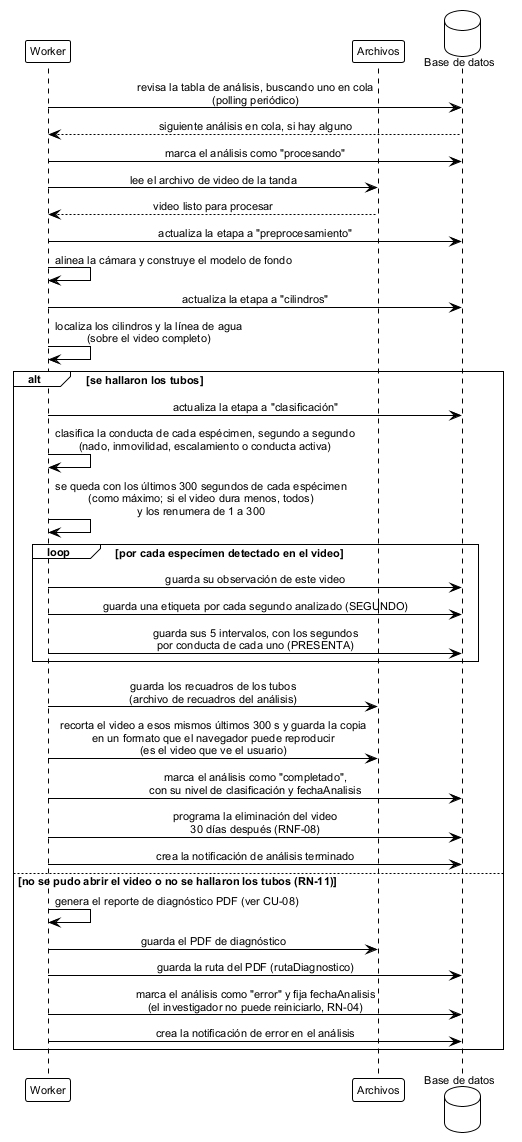
This is figures/mermaid/seq_analisis_automatico.png from ErickJester/fst-ai-system-latex, a PlantUML export, as it was before one commit.
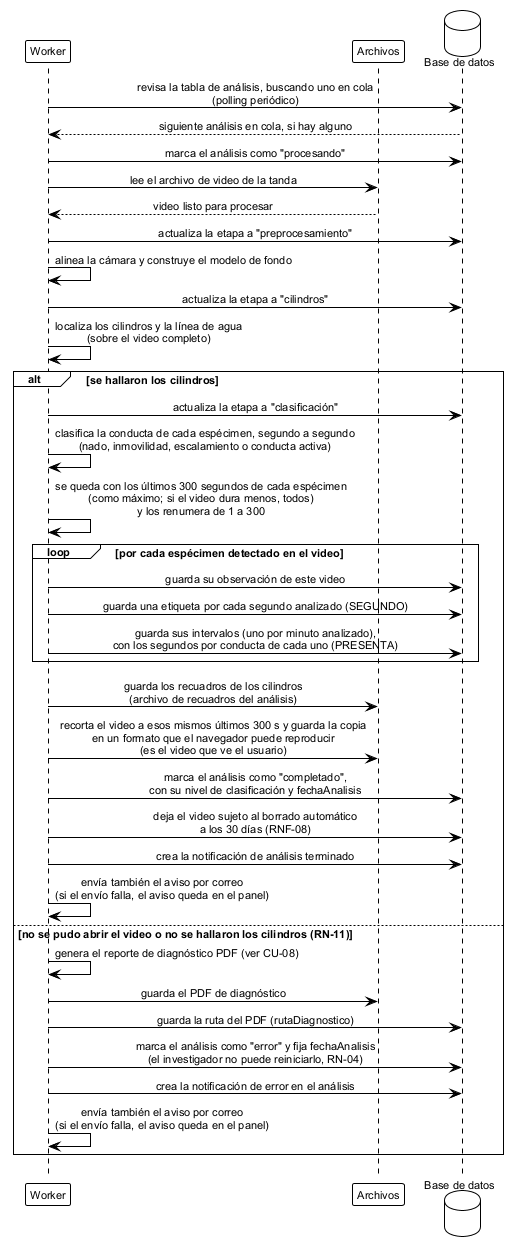
After the change.

The edit, as a diff of the source:
```diff
@@ -24,29 +24,31 @@
 w -> db: actualiza la etapa a "cilindros"
 w -> w: localiza los cilindros y la línea de agua\n(sobre el video completo)
 
-alt se hallaron los tubos
+alt se hallaron los cilindros
   w -> db: actualiza la etapa a "clasificación"
   w -> w: clasifica la conducta de cada espécimen, segundo a segundo\n(nado, inmovilidad, escalamiento o conducta activa)
   w -> w: se queda con los últimos 300 segundos de cada espécimen\n(como máximo; si el video dura menos, todos)\ny los renumera de 1 a 300
 
-  loop por cada especímen detectado en el video
+  loop por cada espécimen detectado en el video
     w -> db: guarda su observación de este video
     w -> db: guarda una etiqueta por cada segundo analizado (SEGUNDO)
-    w -> db: guarda sus 5 intervalos, con los segundos\npor conducta de cada uno (PRESENTA)
+    w -> db: guarda sus intervalos (uno por minuto analizado),\ncon los segundos por conducta de cada uno (PRESENTA)
   end
 
-  w -> fs: guarda los recuadros de los tubos\n(archivo de recuadros del análisis)
+  w -> fs: guarda los recuadros de los cilindros\n(archivo de recuadros del análisis)
   w -> fs: recorta el video a esos mismos últimos 300 s y guarda la copia\nen un formato que el navegador puede reproducir\n(es el video que ve el usuario)
 
   w -> db: marca el análisis como "completado",\ncon su nivel de clasificación y fechaAnalisis
-  w -> db: programa la eliminación del video\n30 días después (RNF-08)
+  w -> db: deja el video sujeto al borrado automático\na los 30 días (RNF-08)
   w -> db: crea la notificación de análisis terminado
-else no se pudo abrir el video o no se hallaron los tubos (RN-11)
+  w -> w: envía también el aviso por correo\n(si el envío falla, el aviso queda en el panel)
+else no se pudo abrir el video o no se hallaron los cilindros (RN-11)
   w -> w: genera el reporte de diagnóstico PDF (ver CU-08)
   w -> fs: guarda el PDF de diagnóstico
   w -> db: guarda la ruta del PDF (rutaDiagnostico)
   w -> db: marca el análisis como "error" y fija fechaAnalisis\n(el investigador no puede reiniciarlo, RN-04)
   w -> db: crea la notificación de error en el análisis
+  w -> w: envía también el aviso por correo\n(si el envío falla, el aviso queda en el panel)
 end
 
 @enduml
```
